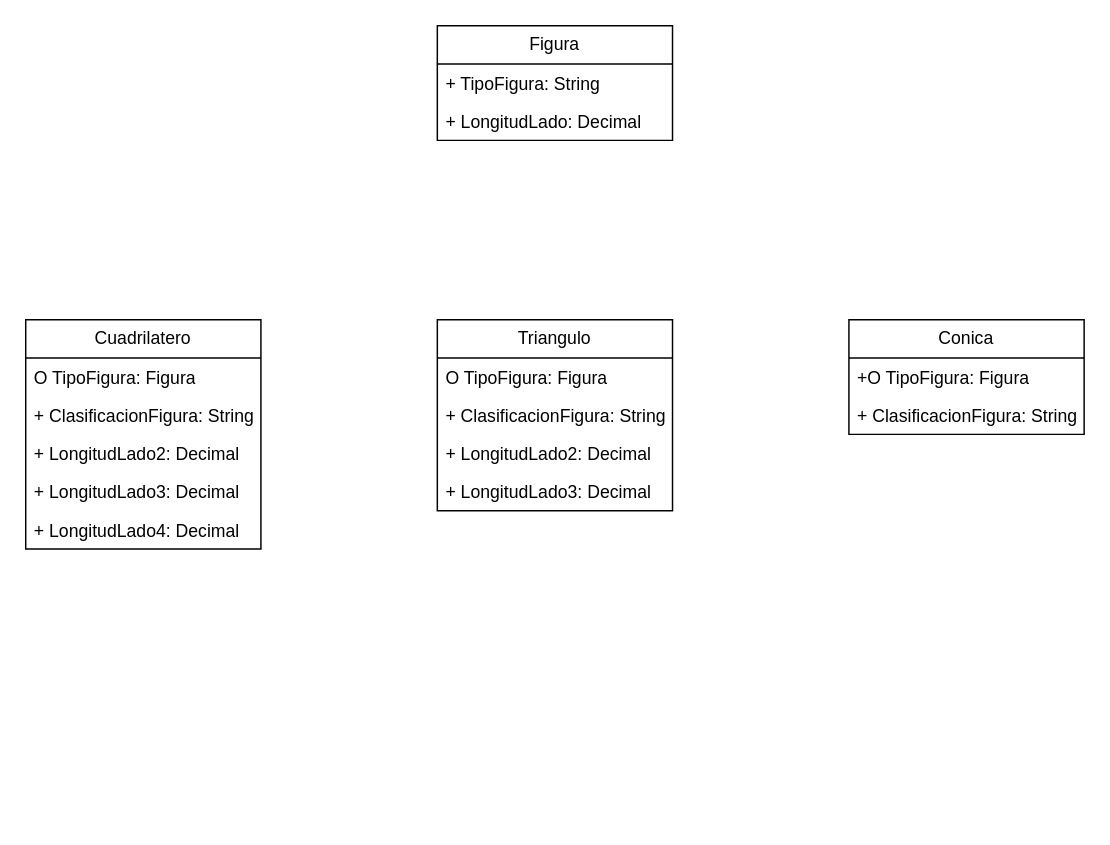
This is Diagrama sin título.drawio from Francisco-Galea/Diagramas-y-Otros, a draw.io file, before an edit. Source tidied: cells renumbered, new cells numbered last; positions are measured from the earlier drawing's top-left corner, leaving out a move shared by most shapes. Both pictures are drawn from the tidied source at 147%, with x=0, y=0 at pixel (25, 25).
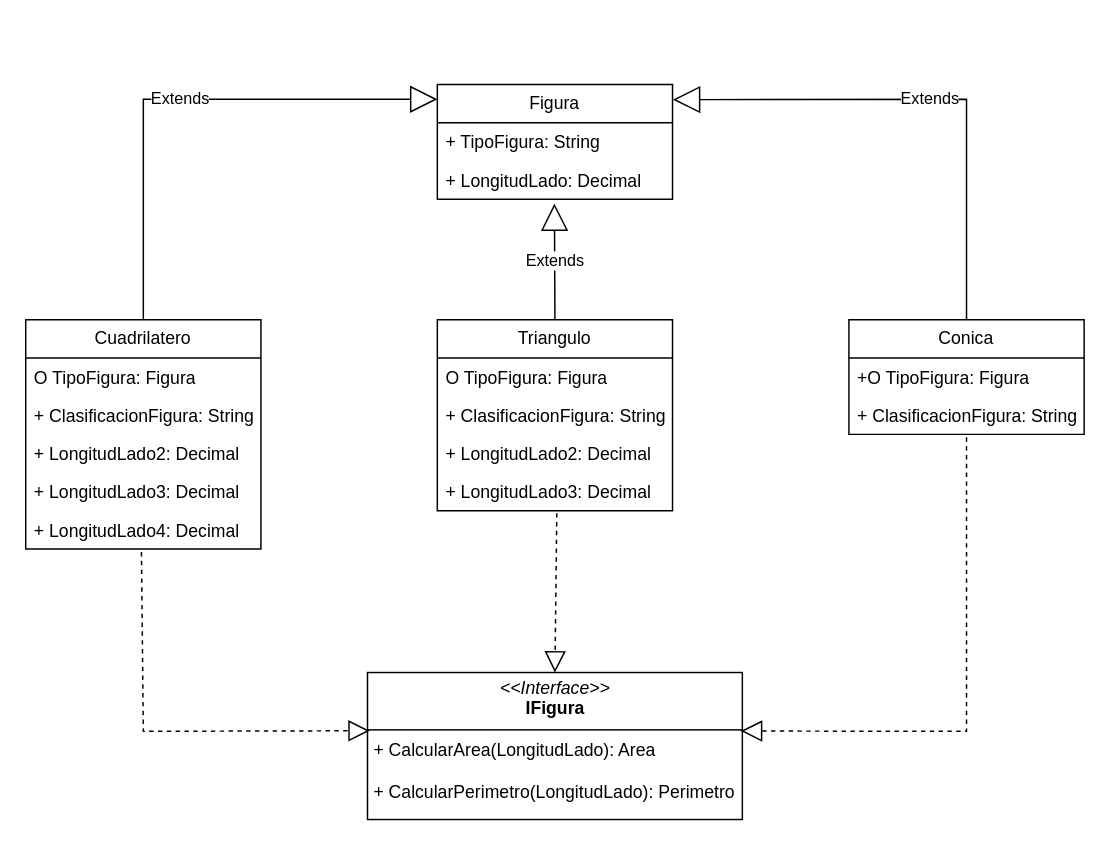
The same diagram, later.

The change refers to these unchanged cells:
```xml
<mxCell id="4" value="+ LongitudLado: Decimal" style="text;strokeColor=none;fillColor=none;align=left;verticalAlign=top;spacingLeft=4;spacingRight=4;overflow=hidden;points=[[0,0.5],[1,0.5]];portConstraint=eastwest;whiteSpace=wrap;html=1;" parent="2" vertex="1">
  <mxGeometry y="52" width="160" height="26" as="geometry" />
</mxCell>
<mxCell id="5" value="Cuadrilatero" style="swimlane;fontStyle=0;horizontal=1;startSize=26;fillColor=none;whiteSpace=wrap;html=1;" parent="1" vertex="1">
  <mxGeometry y="200" width="160" height="156" as="geometry" />
</mxCell>
<mxCell id="10" value="+ LongitudLado4: Decimal" style="text;strokeColor=none;fillColor=none;align=left;verticalAlign=top;spacingLeft=4;spacingRight=4;overflow=hidden;points=[[0,0.5],[1,0.5]];portConstraint=eastwest;whiteSpace=wrap;html=1;" parent="5" vertex="1">
  <mxGeometry y="130" width="160" height="26" as="geometry" />
</mxCell>
<mxCell id="11" value="Triangulo" style="swimlane;fontStyle=0;horizontal=1;startSize=26;fillColor=none;whiteSpace=wrap;html=1;" parent="1" vertex="1">
  <mxGeometry x="280" y="200" width="160" height="130" as="geometry" />
</mxCell>
<mxCell id="15" value="+ LongitudLado3: Decimal" style="text;strokeColor=none;fillColor=none;align=left;verticalAlign=top;spacingLeft=4;spacingRight=4;overflow=hidden;points=[[0,0.5],[1,0.5]];portConstraint=eastwest;whiteSpace=wrap;html=1;" parent="11" vertex="1">
  <mxGeometry y="104" width="160" height="26" as="geometry" />
</mxCell>
<mxCell id="16" value="Conica" style="swimlane;fontStyle=0;horizontal=1;startSize=26;fillColor=none;whiteSpace=wrap;html=1;" parent="1" vertex="1">
  <mxGeometry x="560" y="200" width="160" height="78" as="geometry" />
</mxCell>
```

Change to the diagram source:
```diff
@@
     <mxCell id="2" value="Figura" style="swimlane;fontStyle=0;horizontal=1;startSize=26;fillColor=none;whiteSpace=wrap;html=1;" parent="1" vertex="1">
-      <mxGeometry x="280" width="160" height="78" as="geometry" />
+      <mxGeometry x="280" y="40" width="160" height="78" as="geometry" />
     </mxCell>
@@
+    <mxCell id="19" value="&lt;p style=&quot;margin:0px;margin-top:4px;text-align:center;&quot;&gt;&lt;i&gt;&amp;lt;&amp;lt;Interface&amp;gt;&amp;gt;&lt;/i&gt;&lt;br&gt;&lt;b&gt;IFigura&lt;/b&gt;&lt;/p&gt;&lt;hr size=&quot;1&quot; style=&quot;border-style:solid;&quot;&gt;&lt;p style=&quot;margin:0px;margin-left:4px;&quot;&gt;+ CalcularArea(LongitudLado): Area&lt;/p&gt;&lt;p style=&quot;margin:0px;margin-left:4px;&quot;&gt;&amp;nbsp;&lt;br&gt;+ CalcularPerimetro(LongitudLado): Perimetro&lt;/p&gt;" style="verticalAlign=top;align=left;overflow=fill;html=1;whiteSpace=wrap;" parent="1" vertex="1">
+      <mxGeometry x="232.5" y="440" width="255" height="100" as="geometry" />
+    </mxCell>
+    <mxCell id="20" style="endArrow=block;dashed=1;endFill=0;endSize=12;html=1;rounded=0;entryX=0.5;entryY=0;entryDx=0;entryDy=0;exitX=0.508;exitY=1.062;exitDx=0;exitDy=0;exitPerimeter=0;" parent="1" edge="1" source="15" target="19">
+      <mxGeometry relative="1" as="geometry" />
+    </mxCell>
+    <mxCell id="21" style="endArrow=block;dashed=1;endFill=0;endSize=12;html=1;rounded=0;exitX=0.492;exitY=1.077;exitDx=0;exitDy=0;exitPerimeter=0;entryX=0.006;entryY=0.396;entryDx=0;entryDy=0;entryPerimeter=0;" parent="1" edge="1" source="10" target="19">
+      <mxGeometry relative="1" as="geometry">
+        <Array as="points">
+          <mxPoint x="80" y="480" />
+        </Array>
+      </mxGeometry>
+    </mxCell>
+    <mxCell id="22" style="endArrow=block;dashed=1;endFill=0;endSize=12;html=1;rounded=0;entryX=0.996;entryY=0.398;entryDx=0;entryDy=0;entryPerimeter=0;" parent="1" edge="1" target="19">
+      <mxGeometry relative="1" as="geometry">
+        <mxPoint x="640" y="280" as="sourcePoint" />
+        <Array as="points">
+          <mxPoint x="640" y="480" />
+        </Array>
+      </mxGeometry>
+    </mxCell>
+    <mxCell id="23" value="Extends" style="endArrow=block;endSize=16;endFill=0;html=1;rounded=0;exitX=0.5;exitY=0;exitDx=0;exitDy=0;" parent="1" edge="1" source="5">
+      <mxGeometry relative="1" as="geometry">
+        <mxPoint x="280" y="50" as="targetPoint" />
+        <Array as="points">
+          <mxPoint x="80" y="50" />
+        </Array>
+      </mxGeometry>
+    </mxCell>
+    <mxCell id="24" value="Extends" style="endArrow=block;endSize=16;endFill=0;html=1;rounded=0;exitX=0.5;exitY=0;exitDx=0;exitDy=0;entryX=0.498;entryY=1.115;entryDx=0;entryDy=0;entryPerimeter=0;" parent="1" edge="1" source="11" target="4">
+      <mxGeometry relative="1" as="geometry" />
+    </mxCell>
+    <mxCell id="25" value="Extends" style="endArrow=block;endSize=16;endFill=0;html=1;rounded=0;exitX=0.5;exitY=0;exitDx=0;exitDy=0;entryX=1.002;entryY=0.132;entryDx=0;entryDy=0;entryPerimeter=0;" parent="1" edge="1" source="16" target="2">
+      <mxGeometry relative="1" as="geometry">
+        <Array as="points">
+          <mxPoint x="640" y="50" />
+        </Array>
+      </mxGeometry>
+    </mxCell>
```
